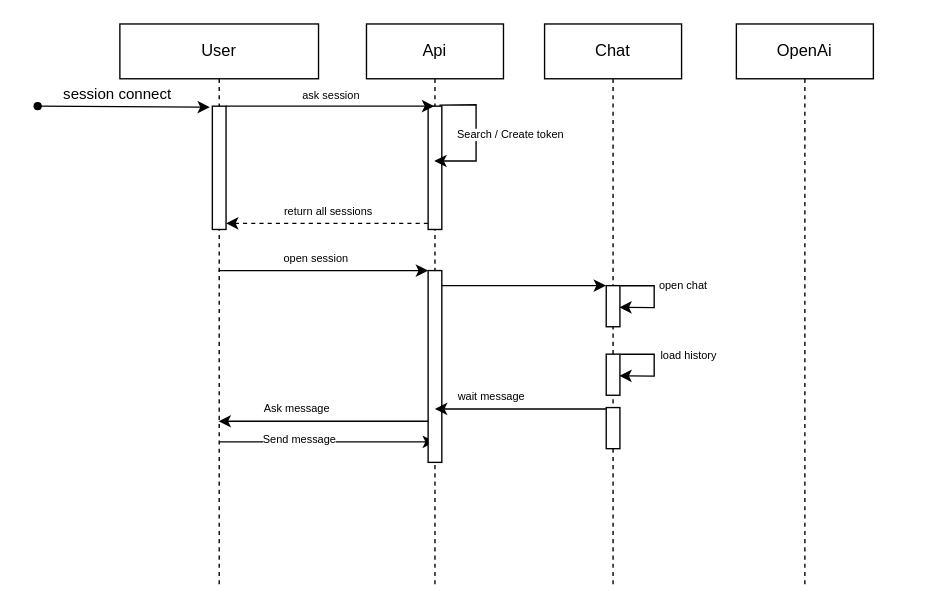
This is page "Sequence" (3 of 5) of UseCase.drawio from TheoPasquier/Ai-Personnality-chatting, a draw.io file, before an edit. Source tidied: cells renumbered, new cells numbered last; positions are measured from the earlier drawing's top-left corner, leaving out a move shared by most shapes. Both pictures are drawn from the tidied source at 137%, with x=0, y=0 at pixel (23, 23).
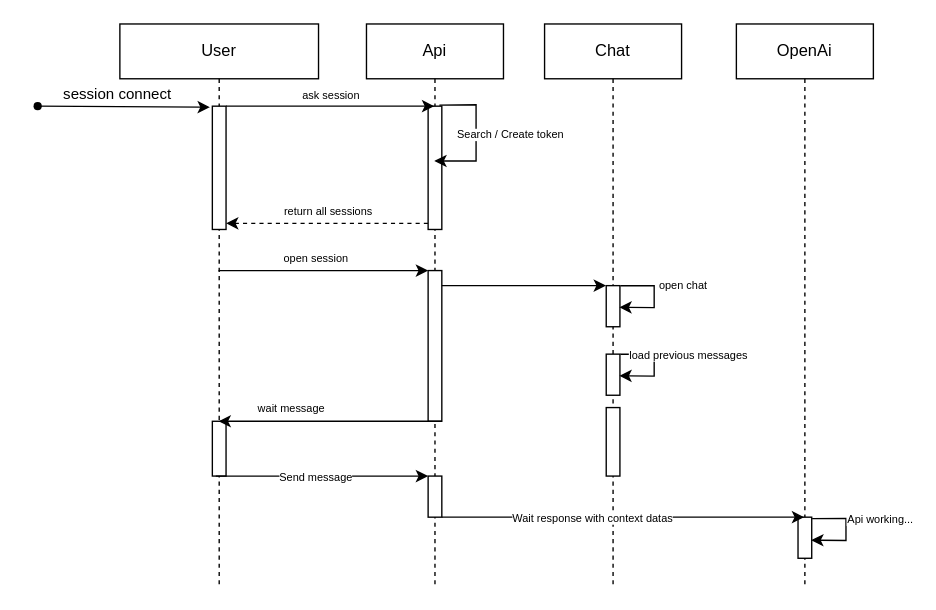
The same page after the edit.

Unchanged cells that the change refers to:
```xml
<mxCell id="4" value="User" style="shape=umlLifeline;perimeter=lifelinePerimeter;whiteSpace=wrap;html=1;outlineConnect=0;" parent="1" vertex="1">
  <mxGeometry x="70" width="145" height="410" as="geometry" />
</mxCell>
<mxCell id="6" value="OpenAi" style="shape=umlLifeline;perimeter=lifelinePerimeter;whiteSpace=wrap;html=1;outlineConnect=0;" parent="1" vertex="1">
  <mxGeometry x="520" width="100" height="410" as="geometry" />
</mxCell>
<mxCell id="7" value="Api" style="shape=umlLifeline;perimeter=lifelinePerimeter;whiteSpace=wrap;html=1;outlineConnect=0;" parent="1" vertex="1">
  <mxGeometry x="250" width="100" height="410" as="geometry" />
</mxCell>
<mxCell id="19" value="Chat" style="shape=umlLifeline;perimeter=lifelinePerimeter;whiteSpace=wrap;html=1;" parent="1" vertex="1">
  <mxGeometry x="380" width="100" height="410" as="geometry" />
</mxCell>
<mxCell id="23" style="endArrow=classic;html=1;rounded=0;fontSize=8;entryX=0.957;entryY=0.527;entryDx=0;entryDy=0;entryPerimeter=0;exitX=1.033;exitY=0.004;exitDx=0;exitDy=0;exitPerimeter=0;" parent="21" edge="1" source="22" target="22">
  <mxGeometry relative="1" as="geometry">
    <Array as="points">
      <mxPoint x="35" />
      <mxPoint x="35" y="16" />
    </Array>
  </mxGeometry>
</mxCell>
```

What changed in the source:
```diff
@@
-    <mxCell id="2" style="edgeStyle=none;rounded=0;orthogonalLoop=1;jettySize=auto;html=1;fontSize=8;startArrow=none;startFill=0;endArrow=classic;endFill=1;" parent="1" edge="1">
-      <mxGeometry relative="1" as="geometry">
-        <mxPoint x="142.4" y="305" as="sourcePoint" />
-        <mxPoint x="300" y="305" as="targetPoint" />
-      </mxGeometry>
-    </mxCell>
-    <mxCell id="3" value="Send message" style="edgeLabel;html=1;align=center;verticalAlign=middle;fontSize=8;" parent="2" vertex="1">
-      <mxGeometry x="-0.33" y="3" relative="1" as="geometry">
-        <mxPoint x="5" as="offset" />
-      </mxGeometry>
-    </mxCell>
@@
+    <mxCell id="36" style="html=1;perimeter=orthogonalPerimeter;" parent="4" vertex="1">
+      <mxGeometry x="67.5" y="290" width="10" height="40" as="geometry" />
+    </mxCell>
@@
+    <mxCell id="37" style="rounded=0;whiteSpace=wrap;html=1;" parent="6" vertex="1">
+      <mxGeometry x="45" y="360" width="10" height="30" as="geometry" />
+    </mxCell>
@@
     <mxCell id="11" style="html=1;points=[];perimeter=orthogonalPerimeter;" parent="7" vertex="1">
-      <mxGeometry x="45" y="180" width="10" height="140" as="geometry" />
+      <mxGeometry x="45" y="180" width="10" height="110" as="geometry" />
     </mxCell>
+    <mxCell id="2" style="edgeStyle=none;rounded=0;orthogonalLoop=1;jettySize=auto;html=1;fontSize=8;startArrow=none;startFill=0;endArrow=classic;endFill=1;" parent="7" edge="1">
+      <mxGeometry relative="1" as="geometry">
+        <mxPoint x="-110" y="330" as="sourcePoint" />
+        <mxPoint x="45" y="330" as="targetPoint" />
+      </mxGeometry>
+    </mxCell>
+    <mxCell id="3" value="Send message" style="edgeLabel;html=1;align=center;verticalAlign=middle;fontSize=8;" parent="2" vertex="1">
+      <mxGeometry x="-0.33" y="3" relative="1" as="geometry">
+        <mxPoint x="20" y="3" as="offset" />
+      </mxGeometry>
+    </mxCell>
+    <mxCell id="32" style="edgeStyle=none;rounded=0;jettySize=auto;html=1;fontSize=8;startArrow=none;startFill=0;endArrow=classic;endFill=1;" parent="7" edge="1" target="4">
+      <mxGeometry relative="1" as="geometry">
+        <mxPoint x="55" y="290" as="sourcePoint" />
+      </mxGeometry>
+    </mxCell>
+    <mxCell id="33" value="wait message" style="edgeLabel;html=1;align=center;verticalAlign=middle;fontSize=8;" parent="32" vertex="1">
+      <mxGeometry x="0.39" y="1" relative="1" as="geometry">
+        <mxPoint x="2" y="-11" as="offset" />
+      </mxGeometry>
+    </mxCell>
@@
-    <mxCell id="24" value="load history" style="edgeLabel;html=1;align=center;verticalAlign=middle;fontSize=8;" parent="23" vertex="1">
+    <mxCell id="24" value="load previous messages" style="edgeLabel;html=1;align=center;verticalAlign=middle;fontSize=8;" parent="23" vertex="1">
       <mxGeometry x="-0.15" relative="1" as="geometry">
         <mxPoint x="24" y="-3" as="offset" />
       </mxGeometry>
     </mxCell>
@@
     <mxCell id="29" style="group;" parent="19" vertex="1">
-      <mxGeometry x="45" y="280" width="35" height="30" as="geometry" />
+      <mxGeometry x="45" y="280" width="35" height="50" as="geometry" />
     </mxCell>
     <mxCell id="30" style="html=1;perimeter=orthogonalPerimeter;" parent="29" vertex="1">
-      <mxGeometry width="10" height="30" as="geometry" />
+      <mxGeometry width="10" height="50" as="geometry" />
     </mxCell>
+    <mxCell id="38" style="edgeStyle=none;rounded=0;jettySize=auto;html=1;fontSize=8;startArrow=none;startFill=0;endArrow=classic;endFill=1;" parent="19" edge="1" target="6">
+      <mxGeometry relative="1" as="geometry">
+        <mxPoint x="-75" y="360" as="sourcePoint" />
+      </mxGeometry>
+    </mxCell>
+    <mxCell id="39" value="Wait response with context datas" style="edgeLabel;html=1;align=center;verticalAlign=middle;fontSize=8;" parent="38" vertex="1">
+      <mxGeometry x="-0.33" y="3" relative="1" as="geometry">
+        <mxPoint x="20" y="3" as="offset" />
+      </mxGeometry>
+    </mxCell>
@@
-    <mxCell id="32" style="edgeStyle=none;rounded=0;orthogonalLoop=1;jettySize=auto;html=1;fontSize=8;startArrow=none;startFill=0;endArrow=classic;endFill=1;" parent="1" edge="1">
-      <mxGeometry relative="1" as="geometry">
-        <mxPoint x="425" y="281" as="sourcePoint" />
-        <mxPoint x="300" y="281" as="targetPoint" />
-      </mxGeometry>
-    </mxCell>
-    <mxCell id="33" value="wait message" style="edgeLabel;html=1;align=center;verticalAlign=middle;fontSize=8;" parent="32" vertex="1">
-      <mxGeometry x="0.39" y="1" relative="1" as="geometry">
-        <mxPoint x="2" y="-11" as="offset" />
-      </mxGeometry>
-    </mxCell>
-    <mxCell id="34" style="edgeStyle=none;rounded=0;jettySize=auto;html=1;fontSize=8;startArrow=none;startFill=0;endArrow=classic;endFill=1;" parent="1" edge="1" source="11" target="4">
-      <mxGeometry relative="1" as="geometry">
-        <Array as="points">
-          <mxPoint x="210" y="290" />
-        </Array>
-      </mxGeometry>
-    </mxCell>
-    <mxCell id="35" value="Ask message" style="edgeLabel;html=1;align=center;verticalAlign=middle;fontSize=8;" parent="34" vertex="1">
-      <mxGeometry x="0.27" y="-1" relative="1" as="geometry">
-        <mxPoint y="-9" as="offset" />
-      </mxGeometry>
-    </mxCell>
+    <mxCell id="40" style="html=1;perimeter=orthogonalPerimeter;" parent="1" vertex="1">
+      <mxGeometry x="295" y="330" width="10" height="30" as="geometry" />
+    </mxCell>
+    <mxCell id="41" style="endArrow=classic;html=1;rounded=0;fontSize=8;entryX=0.957;entryY=0.527;entryDx=0;entryDy=0;entryPerimeter=0;exitX=1.033;exitY=0.004;exitDx=0;exitDy=0;exitPerimeter=0;" parent="1" edge="1">
+      <mxGeometry relative="1" as="geometry">
+        <mxPoint x="575.3" y="361.1" as="sourcePoint" />
+        <mxPoint x="574.6" y="376.8" as="targetPoint" />
+        <Array as="points">
+          <mxPoint x="600" y="361" />
+          <mxPoint x="600" y="377" />
+        </Array>
+      </mxGeometry>
+    </mxCell>
+    <mxCell id="42" value="Api working..." style="edgeLabel;html=1;align=center;verticalAlign=middle;fontSize=8;" parent="41" vertex="1">
+      <mxGeometry x="-0.15" relative="1" as="geometry">
+        <mxPoint x="24" y="-3" as="offset" />
+      </mxGeometry>
+    </mxCell>
```
